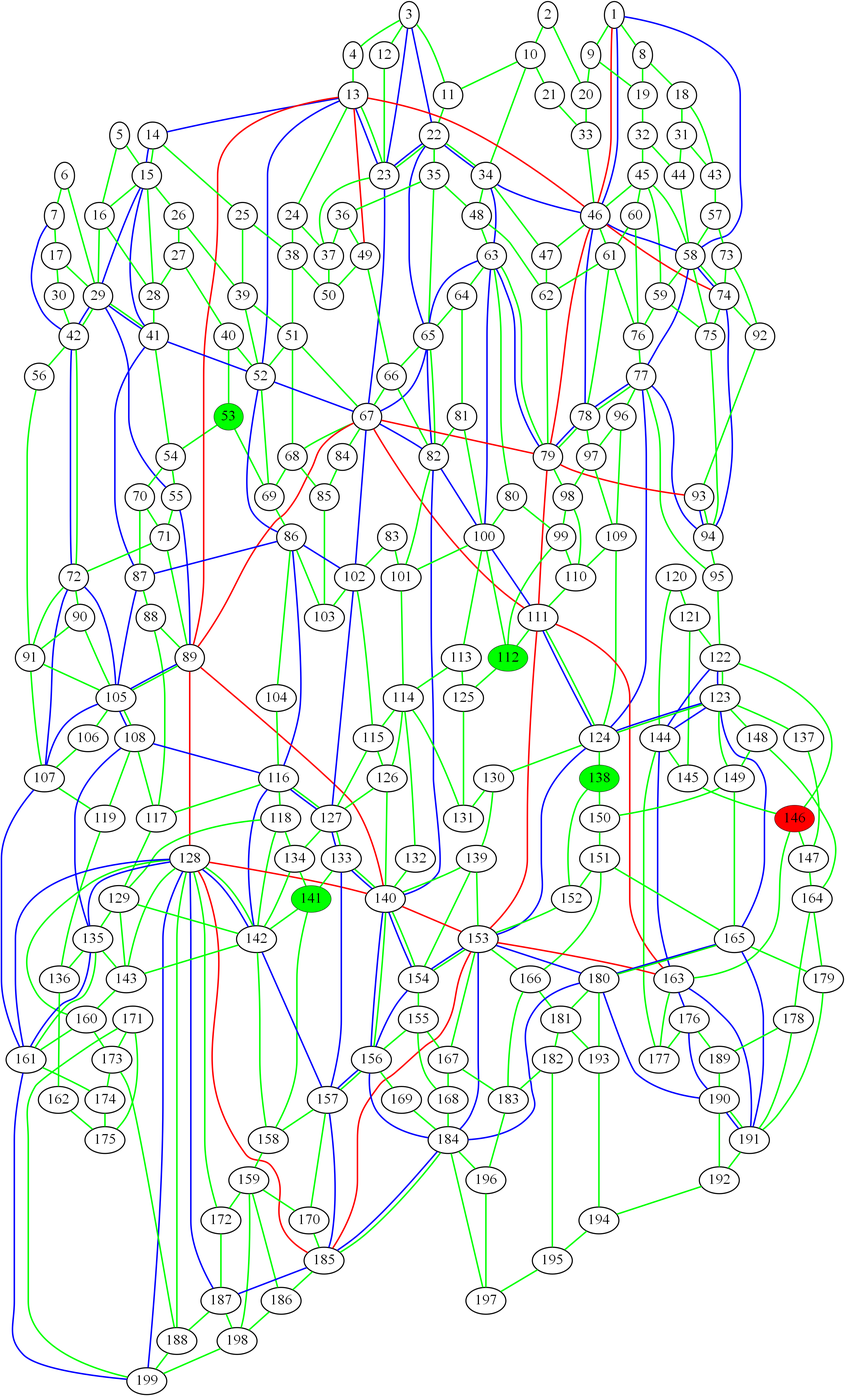
Above: initial_graph.png in ed-churchill/complex-systems-project (Graphviz), before the change. Its source is kept beside it as initial_graph.gv.
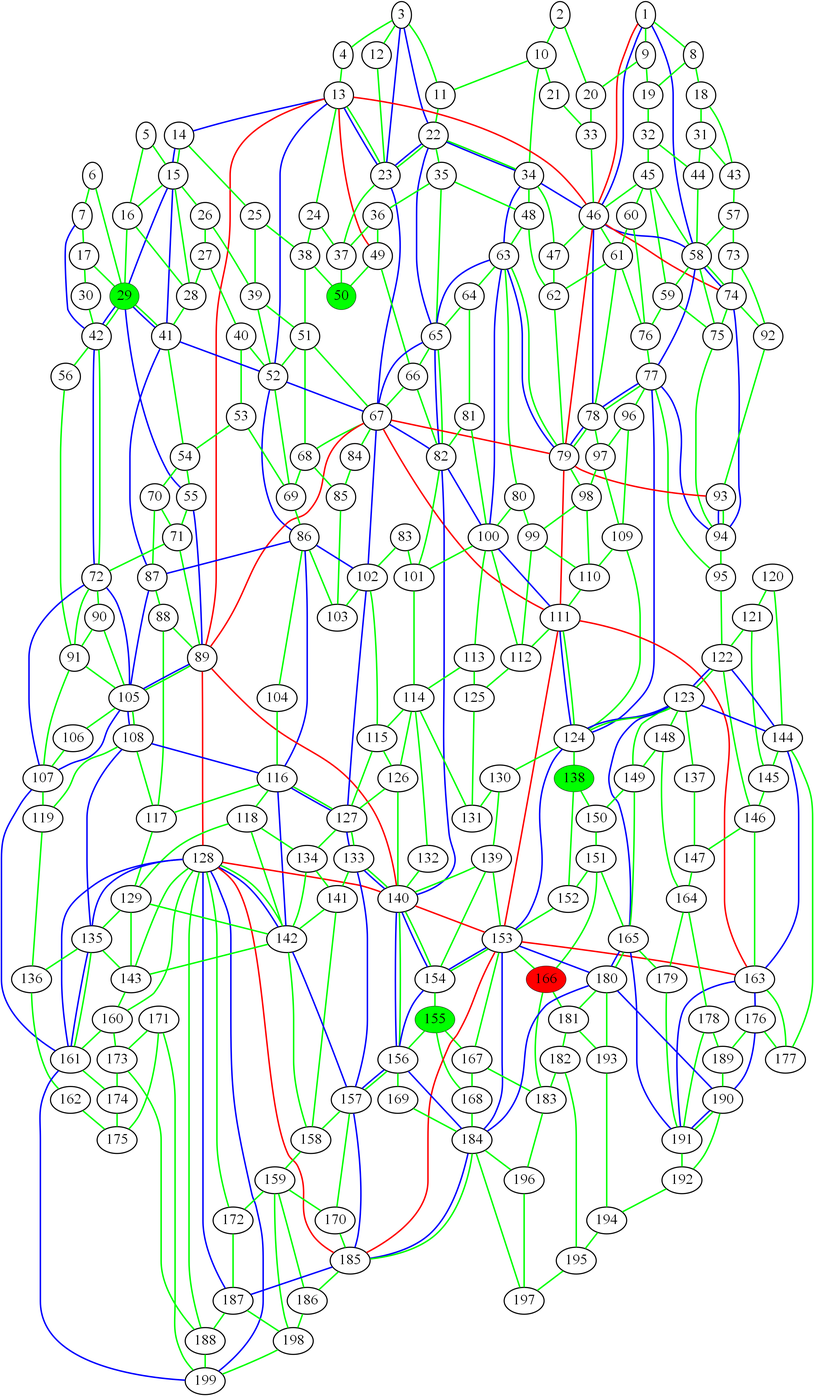
The same diagram one commit later.

The edit, as a diff of the source:
```diff
@@ -1,9 +1,9 @@
 graph london_graph {
-146 [fillcolor=red, fontsize=40, pendwidth=3, style=filled];
+166 [fillcolor=red, fontsize=40, pendwidth=3, style=filled];
+29 [fillcolor=green, fontsize=40, pendwidth=3, style=filled];
+155 [fillcolor=green, fontsize=40, pendwidth=3, style=filled];
+50 [fillcolor=green, fontsize=40, pendwidth=3, style=filled];
 138 [fillcolor=green, fontsize=40, pendwidth=3, style=filled];
-141 [fillcolor=green, fontsize=40, pendwidth=3, style=filled];
-53 [fillcolor=green, fontsize=40, pendwidth=3, style=filled];
-112 [fillcolor=green, fontsize=40, pendwidth=3, style=filled];
 1 [fontsize=40, penwidth=3];
 2 [fontsize=40, penwidth=3];
 3 [fontsize=40, penwidth=3];
@@ -32,7 +32,6 @@
 26 [fontsize=40, penwidth=3];
 27 [fontsize=40, penwidth=3];
 28 [fontsize=40, penwidth=3];
-29 [fontsize=40, penwidth=3];
 30 [fontsize=40, penwidth=3];
 31 [fontsize=40, penwidth=3];
 32 [fontsize=40, penwidth=3];
@@ -53,9 +52,9 @@
 47 [fontsize=40, penwidth=3];
 48 [fontsize=40, penwidth=3];
 49 [fontsize=40, penwidth=3];
-50 [fontsize=40, penwidth=3];
 51 [fontsize=40, penwidth=3];
 52 [fontsize=40, penwidth=3];
+53 [fontsize=40, penwidth=3];
 54 [fontsize=40, penwidth=3];
 55 [fontsize=40, penwidth=3];
 56 [fontsize=40, penwidth=3];
@@ -114,6 +113,7 @@
 109 [fontsize=40, penwidth=3];
 110 [fontsize=40, penwidth=3];
 111 [fontsize=40, penwidth=3];
+112 [fontsize=40, penwidth=3];
 113 [fontsize=40, penwidth=3];
 114 [fontsize=40, penwidth=3];
 115 [fontsize=40, penwidth=3];
@@ -141,10 +141,12 @@
 137 [fontsize=40, penwidth=3];
 139 [fontsize=40, penwidth=3];
 140 [fontsize=40, penwidth=3];
+141 [fontsize=40, penwidth=3];
 142 [fontsize=40, penwidth=3];
 143 [fontsize=40, penwidth=3];
 144 [fontsize=40, penwidth=3];
 145 [fontsize=40, penwidth=3];
+146 [fontsize=40, penwidth=3];
 147 [fontsize=40, penwidth=3];
 148 [fontsize=40, penwidth=3];
 149 [fontsize=40, penwidth=3];
@@ -153,7 +155,6 @@
 152 [fontsize=40, penwidth=3];
 153 [fontsize=40, penwidth=3];
 154 [fontsize=40, penwidth=3];
-155 [fontsize=40, penwidth=3];
 156 [fontsize=40, penwidth=3];
 157 [fontsize=40, penwidth=3];
 158 [fontsize=40, penwidth=3];
@@ -164,7 +165,6 @@
 163 [fontsize=40, penwidth=3];
 164 [fontsize=40, penwidth=3];
 165 [fontsize=40, penwidth=3];
-166 [fontsize=40, penwidth=3];
 167 [fontsize=40, penwidth=3];
 168 [fontsize=40, penwidth=3];
 169 [fontsize=40, penwidth=3];
```
